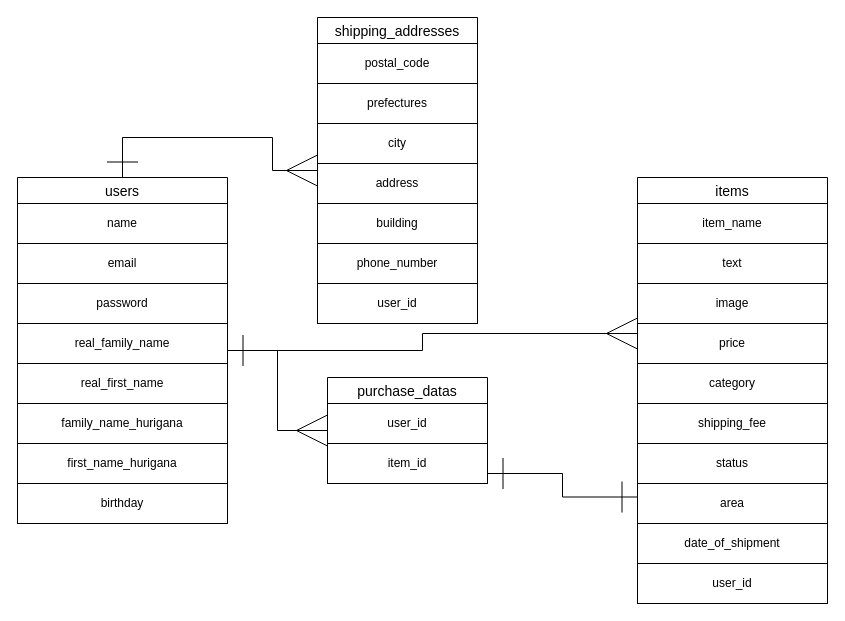
Before: furima-34534.dio in yuichiro19/furima-34534, a draw.io diagram. Source tidied: cells renumbered, new cells numbered last; positions are measured from the earlier drawing's top-left corner, leaving out a move shared by most shapes. Both pictures are drawn from the tidied source at 100%, with x=0, y=0 at pixel (17, 17).
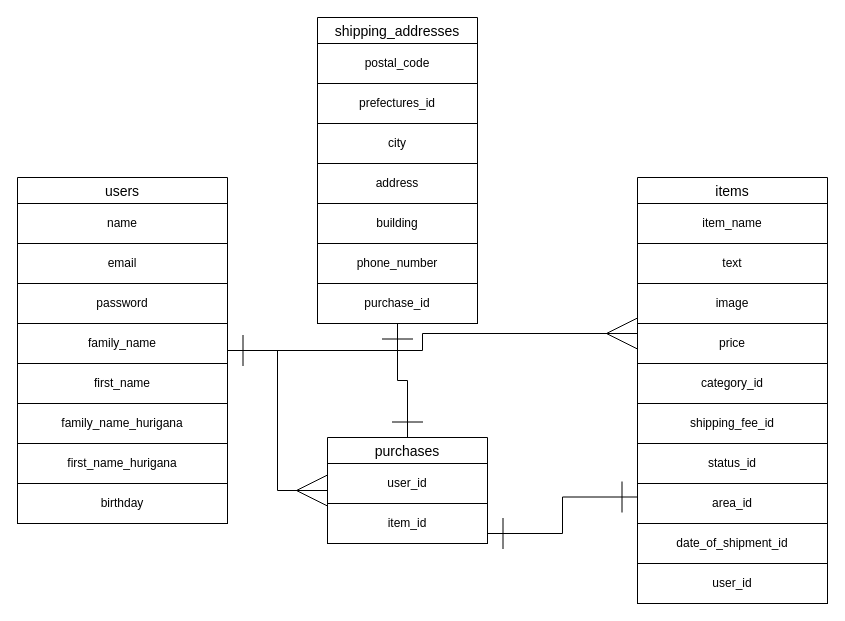
After the change.

Commit message (it also covers changes not shown here):
README,ER図の訂正その2

Unchanged cells that the change refers to:
```xml
<mxCell id="3" value="items" style="swimlane;fontStyle=0;horizontal=1;startSize=26;align=center;fontSize=14;" parent="1" vertex="1">
  <mxGeometry x="620" y="160" width="190" height="426" as="geometry" />
</mxCell>
<mxCell id="17" value="users" style="swimlane;fontStyle=0;horizontal=1;startSize=26;align=center;fontSize=14;" parent="1" vertex="1">
  <mxGeometry y="160" width="210" height="346" as="geometry" />
</mxCell>
<mxCell id="29" value="shipping_addresses" style="swimlane;fontStyle=0;horizontal=1;startSize=26;align=center;fontSize=14;" parent="1" vertex="1">
  <mxGeometry x="300" width="160" height="306" as="geometry" />
</mxCell>
```

What changed in the source:
```diff
@@
-    <mxCell id="8" value="category" style="whiteSpace=wrap;html=1;align=center;" parent="3" vertex="1">
+    <mxCell id="8" value="category_id" style="whiteSpace=wrap;html=1;align=center;" parent="3" vertex="1">
       <mxGeometry y="186" width="190" height="40" as="geometry" />
     </mxCell>
-    <mxCell id="9" value="shipping_fee" style="whiteSpace=wrap;html=1;align=center;" parent="3" vertex="1">
+    <mxCell id="9" value="shipping_fee_id" style="whiteSpace=wrap;html=1;align=center;" parent="3" vertex="1">
       <mxGeometry y="226" width="190" height="40" as="geometry" />
     </mxCell>
-    <mxCell id="10" value="status" style="whiteSpace=wrap;html=1;align=center;" parent="3" vertex="1">
+    <mxCell id="10" value="status_id" style="whiteSpace=wrap;html=1;align=center;" parent="3" vertex="1">
       <mxGeometry y="266" width="190" height="40" as="geometry" />
     </mxCell>
-    <mxCell id="11" value="area" style="whiteSpace=wrap;html=1;align=center;" parent="3" vertex="1">
+    <mxCell id="11" value="area_id" style="whiteSpace=wrap;html=1;align=center;" parent="3" vertex="1">
       <mxGeometry y="306" width="190" height="40" as="geometry" />
     </mxCell>
-    <mxCell id="12" value="date_of_shipment" style="whiteSpace=wrap;html=1;align=center;" parent="3" vertex="1">
+    <mxCell id="12" value="date_of_shipment_id" style="whiteSpace=wrap;html=1;align=center;" parent="3" vertex="1">
       <mxGeometry y="346" width="190" height="40" as="geometry" />
     </mxCell>
@@
-    <mxCell id="15" style="edgeStyle=orthogonalEdgeStyle;rounded=0;jettySize=auto;html=1;exitX=0.5;exitY=0;exitDx=0;exitDy=0;entryX=0;entryY=0.5;entryDx=0;entryDy=0;startSize=29;sourcePerimeterSpacing=0;endArrow=ERmany;endFill=0;endSize=29;targetPerimeterSpacing=0;startArrow=ERone;startFill=0;" parent="1" edge="1" source="17" target="29">
-      <mxGeometry relative="1" as="geometry" />
-    </mxCell>
@@
-    <mxCell id="21" value="real_family_name" style="whiteSpace=wrap;html=1;align=center;" parent="17" vertex="1">
+    <mxCell id="21" value="family_name" style="whiteSpace=wrap;html=1;align=center;" parent="17" vertex="1">
       <mxGeometry y="146" width="210" height="40" as="geometry" />
     </mxCell>
-    <mxCell id="22" value="real_first_name" style="whiteSpace=wrap;html=1;align=center;" parent="17" vertex="1">
+    <mxCell id="22" value="first_name" style="whiteSpace=wrap;html=1;align=center;" parent="17" vertex="1">
       <mxGeometry y="186" width="210" height="40" as="geometry" />
     </mxCell>
@@
+    <mxCell id="37" style="edgeStyle=orthogonalEdgeStyle;rounded=0;jettySize=auto;html=1;exitX=0.5;exitY=0;exitDx=0;exitDy=0;entryX=0.5;entryY=1;entryDx=0;entryDy=0;startArrow=ERone;startFill=0;endArrow=ERone;endFill=0;endSize=29;startSize=29;" parent="1" edge="1" source="26" target="29">
+      <mxGeometry relative="1" as="geometry" />
+    </mxCell>
-    <mxCell id="26" value="purchase_datas" style="swimlane;fontStyle=0;horizontal=1;startSize=26;align=center;fontSize=14;" parent="1" vertex="1">
-      <mxGeometry x="310" y="360" width="160" height="106" as="geometry" />
+    <mxCell id="26" value="purchases" style="swimlane;fontStyle=0;horizontal=1;startSize=26;align=center;fontSize=14;" parent="1" vertex="1">
+      <mxGeometry x="310" y="420" width="160" height="106" as="geometry" />
     </mxCell>
@@
-    <mxCell id="31" value="prefectures" style="whiteSpace=wrap;html=1;align=center;" parent="29" vertex="1">
+    <mxCell id="31" value="prefectures_id" style="whiteSpace=wrap;html=1;align=center;" parent="29" vertex="1">
       <mxGeometry y="66" width="160" height="40" as="geometry" />
     </mxCell>
@@
-    <mxCell id="36" value="user_id" style="whiteSpace=wrap;html=1;align=center;" parent="29" vertex="1">
+    <mxCell id="36" value="purchase_id" style="whiteSpace=wrap;html=1;align=center;" parent="29" vertex="1">
       <mxGeometry y="266" width="160" height="40" as="geometry" />
     </mxCell>
```
